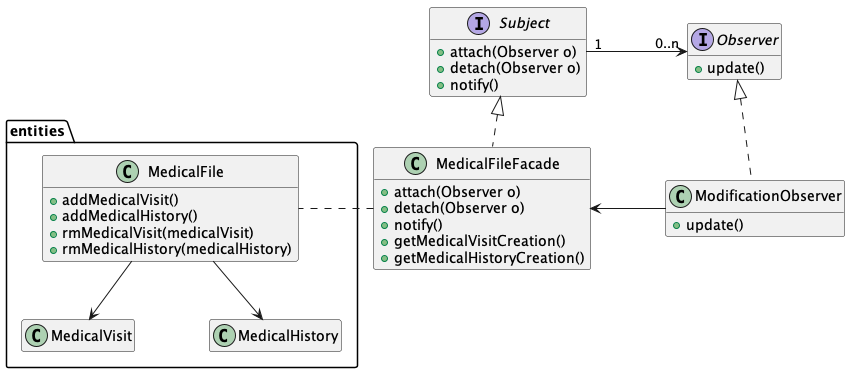
This is plantUml-partie2/observer-class.png from KevenJAntenor/Quebec-Centralized-Medical-Record-System, a PlantUML export, as it was before one commit.
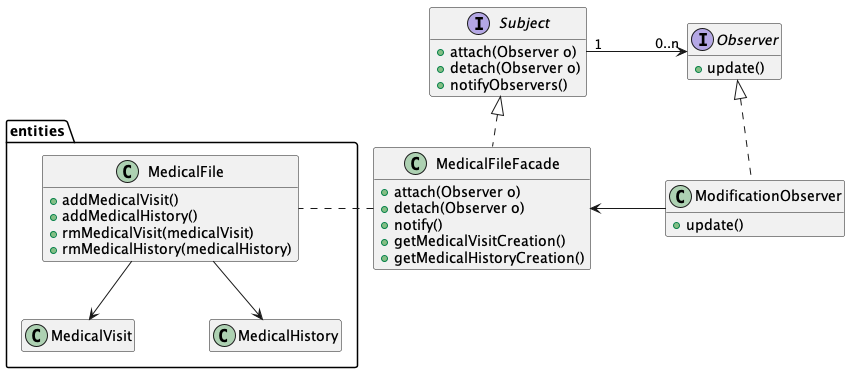
After the commit.

Commit message:
Update notify to notifyObservers in puml

Diff of the diagram source:
```diff
@@ -17,7 +17,7 @@
 interface Subject {
     +attach(Observer o)
     +detach(Observer o)
-    +notify()
+    +notifyObservers()
 }
 together{
     class MedicalFileFacade {
```
